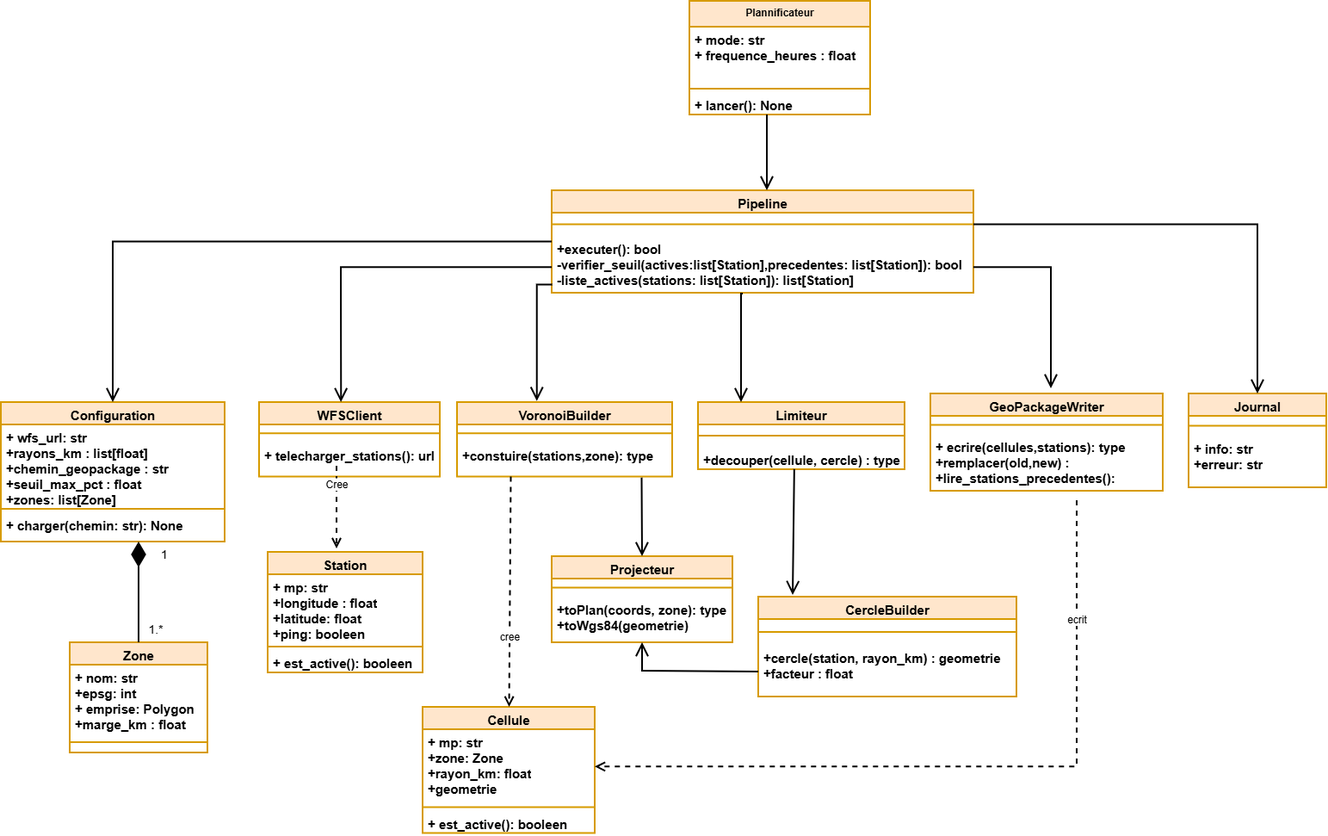
The draw.io diagram Diagramme de classe.png in Akatebra/Projet_Info_Voronoi, before a commit. Source tidied: cells renumbered, new cells last; positions are measured from the earlier drawing's top-left corner, leaving out a move shared by most shapes.
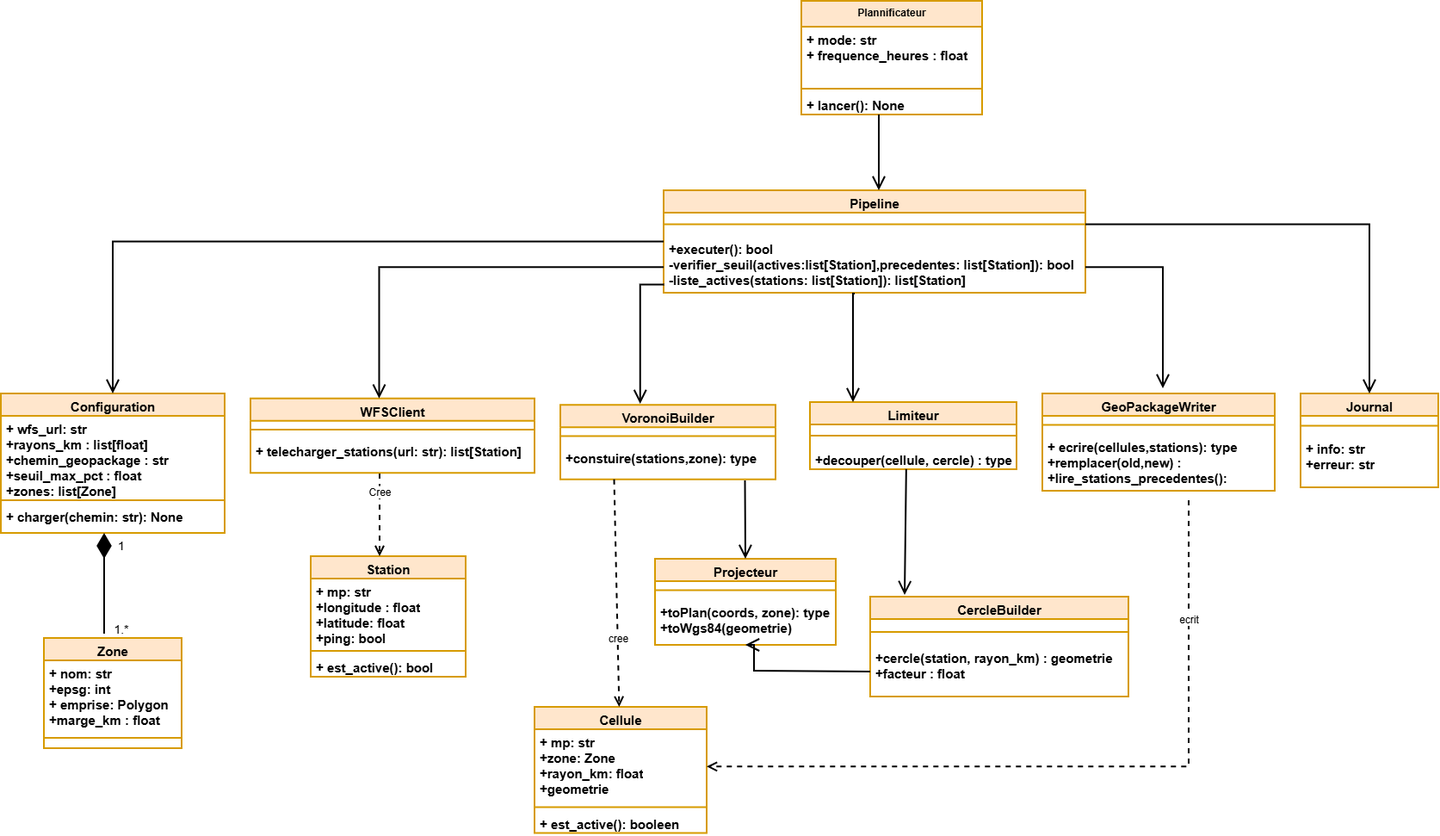
After the commit.

Commit message:
Mettre à jour Diagramme de classe.png

Diff of the diagram source:
```diff
@@ -24,7 +24,7 @@
       <mxGeometry y="106" width="210" height="26" as="geometry" />
     </mxCell>
     <mxCell id="9" value="&lt;font style=&quot;font-size: 15px;&quot;&gt;VoronoiBuilder&lt;/font&gt;" style="swimlane;fontStyle=1;align=center;verticalAlign=top;horizontal=1;startSize=26;whiteSpace=wrap;html=1;strokeWidth=2;fillColor=#ffe6cc;strokeColor=#d79b00;" parent="1" vertex="1">
-      <mxGeometry x="530" y="466" width="250" height="86.5" as="geometry" />
+      <mxGeometry x="520" y="469.2" width="250" height="86.5" as="geometry" />
     </mxCell>
     <mxCell id="10" style="line;strokeWidth=2;fillColor=none;align=left;verticalAlign=middle;spacingTop=-1;spacingLeft=3;spacingRight=3;labelPosition=right;strokeColor=inherit;labelPerimeter=1;" parent="9" vertex="1">
       <mxGeometry y="26" width="250" height="20.5" as="geometry" />
@@ -33,16 +33,16 @@
       <mxGeometry y="46.5" width="250" height="40" as="geometry" />
     </mxCell>
     <mxCell id="12" value="&lt;font style=&quot;font-size: 15px;&quot;&gt;WFSClient&lt;/font&gt;" style="swimlane;fontStyle=1;align=center;verticalAlign=top;horizontal=1;startSize=26;whiteSpace=wrap;html=1;strokeWidth=2;fillColor=#ffe6cc;strokeColor=#d79b00;" parent="1" vertex="1">
-      <mxGeometry x="300" y="466" width="210" height="86.5" as="geometry" />
+      <mxGeometry x="160" y="461.8" width="330" height="86.5" as="geometry" />
     </mxCell>
     <mxCell id="13" style="line;strokeWidth=2;fillColor=none;align=left;verticalAlign=middle;spacingTop=-1;spacingLeft=3;spacingRight=3;labelPosition=right;strokeColor=inherit;labelPerimeter=1;" parent="12" vertex="1">
-      <mxGeometry y="26" width="210" height="20.5" as="geometry" />
+      <mxGeometry y="26" width="330" height="20.5" as="geometry" />
     </mxCell>
-    <mxCell id="14" value="&lt;font style=&quot;font-size: 15px;&quot;&gt;&lt;b&gt;+ telecharger_stations(): url&lt;/b&gt;&lt;/font&gt;" style="text;strokeColor=none;fillColor=none;align=left;verticalAlign=top;spacingLeft=4;spacingRight=4;overflow=hidden;whiteSpace=wrap;html=1;strokeWidth=2;" parent="12" vertex="1">
-      <mxGeometry y="46.5" width="210" height="40" as="geometry" />
+    <mxCell id="14" value="&lt;font style=&quot;font-size: 15px;&quot;&gt;&lt;b&gt;+ telecharger_stations(&lt;/b&gt;&lt;/font&gt;&lt;span style=&quot;font-size: 15px;&quot;&gt;&lt;b&gt;url: str): list[Station]&lt;/b&gt;&lt;/span&gt;" style="text;strokeColor=none;fillColor=none;align=left;verticalAlign=top;spacingLeft=4;spacingRight=4;overflow=hidden;whiteSpace=wrap;html=1;strokeWidth=2;" parent="12" vertex="1">
+      <mxGeometry y="46.5" width="330" height="40" as="geometry" />
     </mxCell>
     <mxCell id="15" value="&lt;font style=&quot;font-size: 15px;&quot;&gt;Configuration&lt;/font&gt;" style="swimlane;fontStyle=1;align=center;verticalAlign=top;horizontal=1;startSize=26;whiteSpace=wrap;html=1;strokeWidth=2;fillColor=#ffe6cc;strokeColor=#d79b00;" parent="1" vertex="1">
-      <mxGeometry y="466" width="260" height="162" as="geometry" />
+      <mxGeometry x="-130" y="456" width="260" height="162" as="geometry" />
     </mxCell>
     <mxCell id="16" value="&lt;font style=&quot;font-size: 15px;&quot;&gt;&lt;b&gt;+ wfs_url: str&lt;/b&gt;&lt;/font&gt;&lt;div&gt;&lt;font style=&quot;font-size: 15px;&quot;&gt;&lt;b&gt;+rayons_km :&amp;nbsp;&lt;/b&gt;&lt;/font&gt;&lt;span style=&quot;background-color: transparent; font-size: 15px;&quot;&gt;&lt;b&gt;list[float]&lt;/b&gt;&lt;/span&gt;&lt;/div&gt;&lt;div&gt;&lt;font style=&quot;font-size: 15px;&quot;&gt;&lt;b&gt;+chemin_geopackage : str&lt;/b&gt;&lt;/font&gt;&lt;/div&gt;&lt;div&gt;&lt;font style=&quot;font-size: 15px;&quot;&gt;&lt;b&gt;+seuil_max_pct : float&lt;/b&gt;&lt;/font&gt;&lt;/div&gt;&lt;div&gt;&lt;font style=&quot;font-size: 15px;&quot;&gt;&lt;b&gt;+&lt;/b&gt;&lt;/font&gt;&lt;span style=&quot;background-color: transparent; font-size: 15px;&quot;&gt;&lt;b&gt;zones: list[Zone]&lt;/b&gt;&lt;/span&gt;&lt;/div&gt;" style="text;strokeColor=none;fillColor=none;align=left;verticalAlign=top;spacingLeft=4;spacingRight=4;overflow=hidden;whiteSpace=wrap;html=1;strokeWidth=2;" parent="15" vertex="1">
       <mxGeometry y="26" width="260" height="94" as="geometry" />
@@ -81,7 +81,7 @@
       <mxGeometry y="49" width="160" height="60" as="geometry" />
     </mxCell>
     <mxCell id="28" value="&lt;font style=&quot;font-size: 15px;&quot;&gt;Zone&lt;/font&gt;" style="swimlane;fontStyle=1;align=center;verticalAlign=top;horizontal=1;startSize=26;whiteSpace=wrap;html=1;strokeWidth=2;fillColor=#ffe6cc;strokeColor=#d79b00;" parent="1" vertex="1">
-      <mxGeometry x="80" y="745" width="160" height="128" as="geometry" />
+      <mxGeometry x="-80" y="740" width="160" height="128" as="geometry" />
     </mxCell>
     <mxCell id="29" value="&lt;font style=&quot;font-size: 15px;&quot;&gt;&lt;b&gt;+ nom: str&lt;/b&gt;&lt;/font&gt;&lt;div&gt;&lt;font style=&quot;font-size: 15px;&quot;&gt;&lt;b&gt;+epsg: int&lt;/b&gt;&lt;/font&gt;&lt;/div&gt;&lt;div&gt;&lt;font style=&quot;font-size: 15px;&quot;&gt;&lt;b&gt;+ emprise: Polygon&lt;/b&gt;&lt;/font&gt;&lt;/div&gt;&lt;div&gt;&lt;font style=&quot;font-size: 15px;&quot;&gt;&lt;b&gt;+marge_km : float&lt;/b&gt;&lt;/font&gt;&lt;/div&gt;" style="text;strokeColor=none;fillColor=none;align=left;verticalAlign=top;spacingLeft=4;spacingRight=4;overflow=hidden;whiteSpace=wrap;html=1;strokeWidth=2;" parent="28" vertex="1">
       <mxGeometry y="26" width="160" height="78" as="geometry" />
@@ -118,28 +118,31 @@
       </mxGeometry>
     </mxCell>
     <mxCell id="37" value="&lt;font style=&quot;font-size: 15px;&quot;&gt;Station&lt;/font&gt;" style="swimlane;fontStyle=1;align=center;verticalAlign=top;horizontal=1;startSize=26;whiteSpace=wrap;html=1;strokeWidth=2;fillColor=#ffe6cc;strokeColor=#d79b00;" parent="1" vertex="1">
-      <mxGeometry x="310" y="640" width="180" height="140" as="geometry" />
+      <mxGeometry x="230" y="645" width="180" height="140" as="geometry" />
     </mxCell>
-    <mxCell id="38" value="&lt;b&gt;&lt;font style=&quot;font-size: 15px;&quot;&gt;+ mp: str&lt;/font&gt;&lt;/b&gt;&lt;div&gt;&lt;b&gt;&lt;font style=&quot;font-size: 15px;&quot;&gt;+longitude : float&lt;/font&gt;&lt;/b&gt;&lt;/div&gt;&lt;div&gt;&lt;b&gt;&lt;font style=&quot;font-size: 15px;&quot;&gt;+latitude: float&lt;/font&gt;&lt;/b&gt;&lt;/div&gt;&lt;div&gt;&lt;b&gt;&lt;font style=&quot;font-size: 15px;&quot;&gt;+ping: booleen&lt;/font&gt;&lt;/b&gt;&lt;/div&gt;" style="text;strokeColor=none;fillColor=none;align=left;verticalAlign=top;spacingLeft=4;spacingRight=4;overflow=hidden;whiteSpace=wrap;html=1;strokeWidth=2;" parent="37" vertex="1">
+    <mxCell id="38" value="&lt;b&gt;&lt;font style=&quot;font-size: 15px;&quot;&gt;+ mp: str&lt;/font&gt;&lt;/b&gt;&lt;div&gt;&lt;b&gt;&lt;font style=&quot;font-size: 15px;&quot;&gt;+longitude : float&lt;/font&gt;&lt;/b&gt;&lt;/div&gt;&lt;div&gt;&lt;b&gt;&lt;font style=&quot;font-size: 15px;&quot;&gt;+latitude: float&lt;/font&gt;&lt;/b&gt;&lt;/div&gt;&lt;div&gt;&lt;b&gt;&lt;font style=&quot;font-size: 15px;&quot;&gt;+ping: bool&lt;/font&gt;&lt;/b&gt;&lt;/div&gt;" style="text;strokeColor=none;fillColor=none;align=left;verticalAlign=top;spacingLeft=4;spacingRight=4;overflow=hidden;whiteSpace=wrap;html=1;strokeWidth=2;" parent="37" vertex="1">
       <mxGeometry y="26" width="180" height="80" as="geometry" />
     </mxCell>
     <mxCell id="39" style="line;strokeWidth=2;fillColor=none;align=left;verticalAlign=middle;spacingTop=-1;spacingLeft=3;spacingRight=3;labelPosition=right;strokeColor=inherit;labelPerimeter=1;" parent="37" vertex="1">
       <mxGeometry y="106" width="180" height="8" as="geometry" />
     </mxCell>
-    <mxCell id="40" value="&lt;font style=&quot;font-size: 15px;&quot;&gt;&lt;b&gt;+ est_active(): booleen&lt;/b&gt;&lt;/font&gt;" style="text;strokeColor=none;fillColor=none;align=left;verticalAlign=top;spacingLeft=4;spacingRight=4;overflow=hidden;whiteSpace=wrap;html=1;strokeWidth=2;" parent="37" vertex="1">
+    <mxCell id="40" value="&lt;font style=&quot;font-size: 15px;&quot;&gt;&lt;b&gt;+ est_active(): bool&lt;/b&gt;&lt;/font&gt;" style="text;strokeColor=none;fillColor=none;align=left;verticalAlign=top;spacingLeft=4;spacingRight=4;overflow=hidden;whiteSpace=wrap;html=1;strokeWidth=2;" parent="37" vertex="1">
       <mxGeometry y="114" width="180" height="26" as="geometry" />
     </mxCell>
     <mxCell id="41" style="endArrow=open;endFill=0;endSize=12;html=1;rounded=0;defaultLabelBackgroundColor=page;labelPadding=0 4;entryX=0.5;entryY=0;entryDx=0;entryDy=0;edgeStyle=orthogonalEdgeStyle;exitX=1;exitY=0.5;exitDx=0;exitDy=0;exitPerimeter=0;strokeWidth=2;" parent="1" edge="1" source="3" target="25">
       <mxGeometry x="0.88" relative="1" as="geometry" />
     </mxCell>
-    <mxCell id="42" style="endArrow=diamondThin;endFill=1;endSize=24;html=1;rounded=0;defaultLabelBackgroundColor=page;labelPadding=0 4;entryX=0;entryY=0;entryDx=0;entryDy=0;exitX=0.5;exitY=0;exitDx=0;exitDy=0;strokeWidth=2;" parent="1" edge="1" source="28" target="43">
-      <mxGeometry relative="1" as="geometry" />
+    <mxCell id="42" style="endArrow=diamondThin;endFill=1;endSize=24;html=1;rounded=0;defaultLabelBackgroundColor=page;labelPadding=0 4;entryX=0;entryY=0;entryDx=0;entryDy=0;exitX=0.5;exitY=0;exitDx=0;exitDy=0;strokeWidth=2;" parent="1" edge="1">
+      <mxGeometry relative="1" as="geometry">
+        <mxPoint x="-10" y="735" as="sourcePoint" />
+        <mxPoint x="-10" y="618" as="targetPoint" />
+      </mxGeometry>
     </mxCell>
     <mxCell id="43" value="&lt;font style=&quot;font-size: 14px;&quot;&gt;1&lt;/font&gt;" style="text;html=1;whiteSpace=wrap;strokeColor=none;fillColor=none;align=center;verticalAlign=middle;rounded=0;strokeWidth=2;" parent="1" vertex="1">
-      <mxGeometry x="160" y="628" width="60" height="30" as="geometry" />
+      <mxGeometry x="-20" y="618" width="60" height="30" as="geometry" />
     </mxCell>
     <mxCell id="44" value="&lt;font style=&quot;font-size: 14px;&quot;&gt;1.*&lt;/font&gt;" style="text;html=1;whiteSpace=wrap;strokeColor=none;fillColor=none;align=center;verticalAlign=middle;rounded=0;strokeWidth=2;" parent="1" vertex="1">
-      <mxGeometry x="150" y="715" width="60" height="30" as="geometry" />
+      <mxGeometry x="-20" y="715" width="60" height="30" as="geometry" />
     </mxCell>
     <mxCell id="45" value="&lt;font style=&quot;font-size: 15px;&quot;&gt;Cellule&lt;/font&gt;" style="swimlane;fontStyle=1;align=center;verticalAlign=top;horizontal=1;startSize=26;whiteSpace=wrap;html=1;strokeWidth=2;fillColor=#ffe6cc;strokeColor=#d79b00;" parent="1" vertex="1">
       <mxGeometry x="490" y="820" width="200" height="146.5" as="geometry" />
@@ -175,7 +178,7 @@
       </mxGeometry>
     </mxCell>
     <mxCell id="54" value="&lt;font style=&quot;font-size: 15px;&quot;&gt;Projecteur&lt;/font&gt;" style="swimlane;fontStyle=1;align=center;verticalAlign=top;horizontal=1;startSize=26;whiteSpace=wrap;html=1;strokeWidth=2;fillColor=#ffe6cc;strokeColor=#d79b00;" parent="1" vertex="1">
-      <mxGeometry x="640" y="645" width="210" height="100" as="geometry" />
+      <mxGeometry x="630" y="648" width="210" height="100" as="geometry" />
     </mxCell>
     <mxCell id="55" style="line;strokeWidth=2;fillColor=none;align=left;verticalAlign=middle;spacingTop=-1;spacingLeft=3;spacingRight=3;labelPosition=right;strokeColor=inherit;labelPerimeter=1;" parent="54" vertex="1">
       <mxGeometry y="26" width="210" height="21" as="geometry" />
@@ -196,10 +199,10 @@
     </mxCell>
     <mxCell id="59" value="&lt;font style=&quot;font-size: 12px;&quot;&gt;Cree&lt;/font&gt;" style="html=1;verticalAlign=bottom;endArrow=open;dashed=1;endSize=8;edgeStyle=sequenceEdgeStyle;libavoidRouting=0;curved=0;rounded=0;defaultLabelBackgroundColor=page;labelPadding=0 4;entryX=0.5;entryY=0;entryDx=0;entryDy=0;strokeWidth=2;" parent="1" edge="1">
       <mxGeometry x="-0.36" relative="1" as="geometry">
-        <mxPoint x="390" y="540" as="sourcePoint" />
-        <mxPoint x="390" y="636" as="targetPoint" />
+        <mxPoint x="310" y="549" as="sourcePoint" />
+        <mxPoint x="310" y="645" as="targetPoint" />
         <Array as="points">
-          <mxPoint x="390" y="636" />
+          <mxPoint x="310" y="549" />
         </Array>
       </mxGeometry>
     </mxCell>
```
